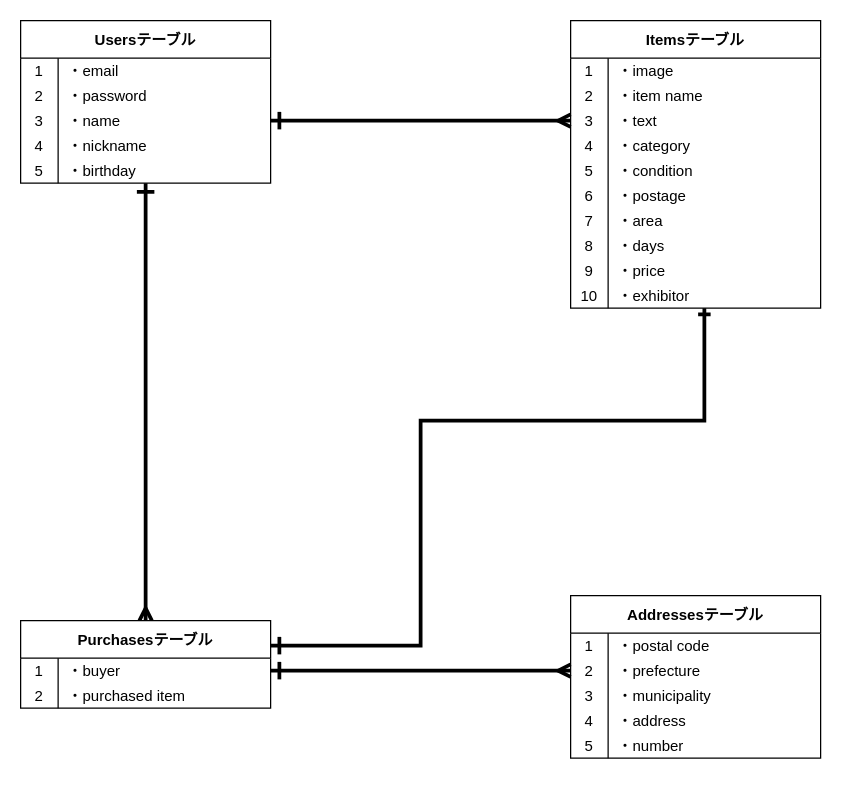
Earlier version of the draw.io diagram furima.dio (nokky-en298/furima-33538). Source tidied: cells renumbered, new cells numbered last; positions are measured from the earlier drawing's top-left corner, leaving out a move shared by most shapes. Both pictures are drawn from the tidied source at 125%, with x=0, y=0 at pixel (20, 20).
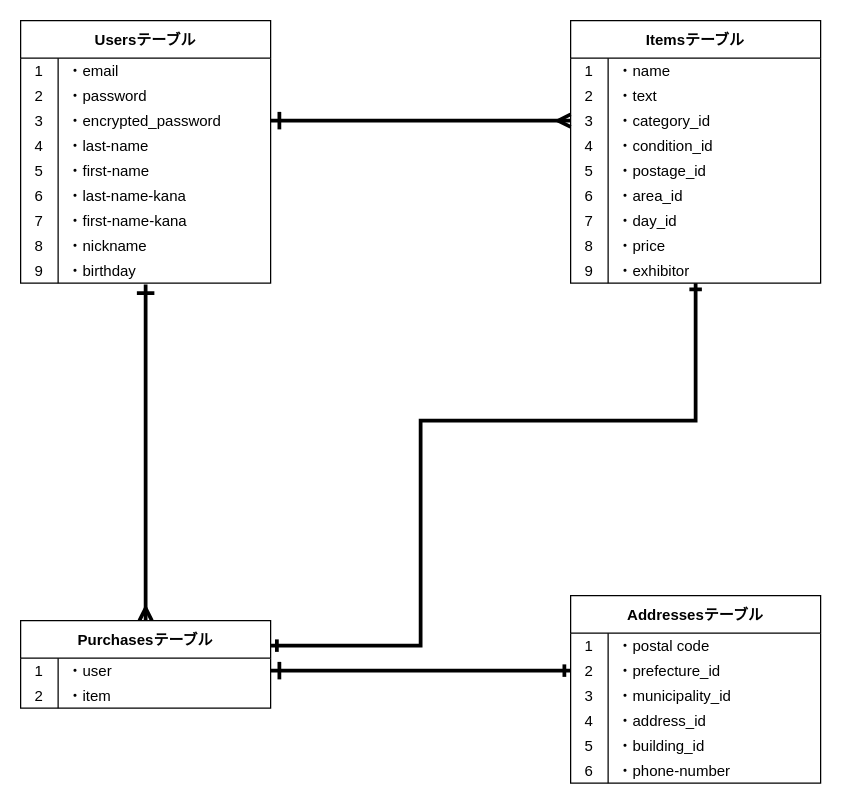
The same diagram, later.

Commit message (it also covers changes not shown here):
READMEとER図の修正

The change refers to these unchanged cells:
```xml
<mxCell id="3" style="shape=partialRectangle;fillColor=none;top=0;left=0;bottom=0;right=0;" parent="2" vertex="1">
  <mxGeometry y="30" width="200" height="20" as="geometry" />
</mxCell>
<mxCell id="6" style="shape=partialRectangle;fillColor=none;top=0;left=0;bottom=0;right=0;" parent="2" vertex="1">
  <mxGeometry y="50" width="200" height="20" as="geometry" />
</mxCell>
<mxCell id="9" style="shape=partialRectangle;fillColor=none;top=0;left=0;bottom=0;right=0;points=[[0,0.5],[1,0.5]];portConstraint=eastwest;" parent="2" vertex="1">
  <mxGeometry y="70" width="200" height="20" as="geometry" />
</mxCell>
<mxCell id="12" style="shape=partialRectangle;fillColor=none;top=0;left=0;bottom=0;right=0;" parent="2" vertex="1">
  <mxGeometry y="90" width="200" height="20" as="geometry" />
</mxCell>
<mxCell id="15" style="shape=partialRectangle;fillColor=none;top=0;left=0;bottom=0;right=0;" parent="2" vertex="1">
  <mxGeometry y="110" width="200" height="20" as="geometry" />
</mxCell>
<mxCell id="18" style="shape=partialRectangle;fillColor=none;top=0;left=0;bottom=0;right=0;" parent="2" vertex="1">
  <mxGeometry y="130" width="200" height="20" as="geometry" />
</mxCell>
<mxCell id="21" style="shape=partialRectangle;fillColor=none;top=0;left=0;bottom=0;right=0;" parent="2" vertex="1">
  <mxGeometry y="150" width="200" height="20" as="geometry" />
</mxCell>
<mxCell id="24" style="shape=partialRectangle;fillColor=none;top=0;left=0;bottom=0;right=0;" parent="2" vertex="1">
  <mxGeometry y="170" width="200" height="20" as="geometry" />
</mxCell>
<mxCell id="27" style="shape=partialRectangle;fillColor=none;top=0;left=0;bottom=0;right=0;points=[[0,0.5],[1,0.5]];portConstraint=eastwest;" parent="2" vertex="1">
  <mxGeometry y="190" width="200" height="20" as="geometry" />
</mxCell>
<mxCell id="41" style="shape=partialRectangle;fillColor=none;top=0;left=0;bottom=0;right=0;points=[[0,0.5],[1,0.5]];portConstraint=eastwest;" parent="34" vertex="1">
  <mxGeometry y="70" width="200" height="20" as="geometry" />
</mxCell>
<mxCell id="44" style="shape=partialRectangle;fillColor=none;top=0;left=0;bottom=0;right=0;" parent="34" vertex="1">
  <mxGeometry y="90" width="200" height="20" as="geometry" />
</mxCell>
<mxCell id="47" style="shape=partialRectangle;fillColor=none;top=0;left=0;bottom=0;right=0;" parent="34" vertex="1">
  <mxGeometry y="110" width="200" height="20" as="geometry" />
</mxCell>
<mxCell id="51" value="Purchasesテーブル" style="shape=table;startSize=30;childLayout=tableLayout;rowLines=0;fontStyle=1;align=center;" parent="1" vertex="1">
  <mxGeometry y="480" width="200" height="70" as="geometry" />
</mxCell>
<mxCell id="52" style="shape=partialRectangle;fillColor=none;top=0;left=0;bottom=0;right=0;points=[[0,0.5],[1,0.5]];portConstraint=eastwest;" parent="51" vertex="1">
  <mxGeometry y="30" width="200" height="20" as="geometry" />
</mxCell>
<mxCell id="55" style="shape=partialRectangle;fillColor=none;top=0;left=0;bottom=0;right=0;" parent="51" vertex="1">
  <mxGeometry y="50" width="200" height="20" as="geometry" />
</mxCell>
<mxCell id="62" style="shape=partialRectangle;fillColor=none;top=0;left=0;bottom=0;right=0;points=[[0,0.5],[1,0.5]];portConstraint=eastwest;" parent="58" vertex="1">
  <mxGeometry y="50" width="200" height="20" as="geometry" />
</mxCell>
<mxCell id="65" style="shape=partialRectangle;fillColor=none;top=0;left=0;bottom=0;right=0;" parent="58" vertex="1">
  <mxGeometry y="70" width="200" height="20" as="geometry" />
</mxCell>
<mxCell id="68" style="shape=partialRectangle;fillColor=none;top=0;left=0;bottom=0;right=0;" parent="58" vertex="1">
  <mxGeometry y="90" width="200" height="20" as="geometry" />
</mxCell>
<mxCell id="71" style="shape=partialRectangle;fillColor=none;top=0;left=0;bottom=0;right=0;" parent="58" vertex="1">
  <mxGeometry y="110" width="200" height="20" as="geometry" />
</mxCell>
```

Change to the diagram source:
```diff
@@
     <mxCell id="2" value="Itemsテーブル" style="shape=table;startSize=30;childLayout=tableLayout;rowLines=0;fontStyle=1;align=center;" parent="1" vertex="1">
-      <mxGeometry x="440" width="200" height="230" as="geometry" />
+      <mxGeometry x="440" width="200" height="210" as="geometry" />
     </mxCell>
@@
-    <mxCell id="5" value="・image" style="shape=partialRectangle;fillColor=none;top=0;left=0;bottom=0;right=0;align=left;spacingLeft=6;overflow=hidden;" parent="3" vertex="1">
+    <mxCell id="5" value="・name" style="shape=partialRectangle;fillColor=none;top=0;left=0;bottom=0;right=0;align=left;spacingLeft=6;overflow=hidden;" parent="3" vertex="1">
       <mxGeometry x="30" width="170" height="20" as="geometry" />
     </mxCell>
@@
-    <mxCell id="8" value="・item name" style="shape=partialRectangle;fillColor=none;top=0;left=0;bottom=0;right=0;align=left;spacingLeft=6;overflow=hidden;" parent="6" vertex="1">
+    <mxCell id="8" value="・text" style="shape=partialRectangle;fillColor=none;top=0;left=0;bottom=0;right=0;align=left;spacingLeft=6;overflow=hidden;" parent="6" vertex="1">
       <mxGeometry x="30" width="170" height="20" as="geometry" />
     </mxCell>
@@
-    <mxCell id="11" value="・text" style="shape=partialRectangle;fillColor=none;top=0;left=0;bottom=0;right=0;align=left;spacingLeft=6;overflow=hidden;" parent="9" vertex="1">
+    <mxCell id="11" value="・category_id" style="shape=partialRectangle;fillColor=none;top=0;left=0;bottom=0;right=0;align=left;spacingLeft=6;overflow=hidden;" parent="9" vertex="1">
       <mxGeometry x="30" width="170" height="20" as="geometry" />
     </mxCell>
@@
-    <mxCell id="14" value="・category" style="shape=partialRectangle;fillColor=none;top=0;left=0;bottom=0;right=0;align=left;spacingLeft=6;overflow=hidden;" parent="12" vertex="1">
+    <mxCell id="14" value="・condition_id" style="shape=partialRectangle;fillColor=none;top=0;left=0;bottom=0;right=0;align=left;spacingLeft=6;overflow=hidden;" parent="12" vertex="1">
       <mxGeometry x="30" width="170" height="20" as="geometry" />
     </mxCell>
@@
-    <mxCell id="17" value="・condition" style="shape=partialRectangle;fillColor=none;top=0;left=0;bottom=0;right=0;align=left;spacingLeft=6;overflow=hidden;" parent="15" vertex="1">
+    <mxCell id="17" value="・postage_id" style="shape=partialRectangle;fillColor=none;top=0;left=0;bottom=0;right=0;align=left;spacingLeft=6;overflow=hidden;" parent="15" vertex="1">
       <mxGeometry x="30" width="170" height="20" as="geometry" />
     </mxCell>
@@
-    <mxCell id="20" value="・postage" style="shape=partialRectangle;fillColor=none;top=0;left=0;bottom=0;right=0;align=left;spacingLeft=6;overflow=hidden;" parent="18" vertex="1">
+    <mxCell id="20" value="・area_id" style="shape=partialRectangle;fillColor=none;top=0;left=0;bottom=0;right=0;align=left;spacingLeft=6;overflow=hidden;" parent="18" vertex="1">
       <mxGeometry x="30" width="170" height="20" as="geometry" />
     </mxCell>
@@
-    <mxCell id="23" value="・area" style="shape=partialRectangle;fillColor=none;top=0;left=0;bottom=0;right=0;align=left;spacingLeft=6;overflow=hidden;" parent="21" vertex="1">
+    <mxCell id="23" value="・day_id" style="shape=partialRectangle;fillColor=none;top=0;left=0;bottom=0;right=0;align=left;spacingLeft=6;overflow=hidden;" parent="21" vertex="1">
       <mxGeometry x="30" width="170" height="20" as="geometry" />
     </mxCell>
@@
-    <mxCell id="26" value="・days" style="shape=partialRectangle;fillColor=none;top=0;left=0;bottom=0;right=0;align=left;spacingLeft=6;overflow=hidden;" parent="24" vertex="1">
+    <mxCell id="26" value="・price" style="shape=partialRectangle;fillColor=none;top=0;left=0;bottom=0;right=0;align=left;spacingLeft=6;overflow=hidden;" parent="24" vertex="1">
       <mxGeometry x="30" width="170" height="20" as="geometry" />
     </mxCell>
@@
-    <mxCell id="29" value="・price" style="shape=partialRectangle;fillColor=none;top=0;left=0;bottom=0;right=0;align=left;spacingLeft=6;overflow=hidden;" parent="27" vertex="1">
+    <mxCell id="29" value="・exhibitor" style="shape=partialRectangle;fillColor=none;top=0;left=0;bottom=0;right=0;align=left;spacingLeft=6;overflow=hidden;" parent="27" vertex="1">
       <mxGeometry x="30" width="170" height="20" as="geometry" />
     </mxCell>
-    <mxCell id="30" style="shape=partialRectangle;fillColor=none;top=0;left=0;bottom=0;right=0;" parent="2" vertex="1">
-      <mxGeometry y="210" width="200" height="20" as="geometry" />
-    </mxCell>
-    <mxCell id="31" value="10" style="shape=partialRectangle;fillColor=none;top=0;left=0;bottom=0;right=0;overflow=hidden;" parent="30" vertex="1">
-      <mxGeometry width="30" height="20" as="geometry" />
-    </mxCell>
-    <mxCell id="32" value="・exhibitor" style="shape=partialRectangle;fillColor=none;top=0;left=0;bottom=0;right=0;align=left;spacingLeft=6;overflow=hidden;" parent="30" vertex="1">
-      <mxGeometry x="30" width="170" height="20" as="geometry" />
-    </mxCell>
-    <mxCell id="33" style="edgeStyle=orthogonalEdgeStyle;rounded=0;jettySize=auto;html=1;entryX=0.5;entryY=0;entryDx=0;entryDy=0;startSize=10;endArrow=ERmany;endFill=0;strokeWidth=3;startArrow=ERone;startFill=0;" parent="1" edge="1" source="34" target="51">
+    <mxCell id="33" style="edgeStyle=orthogonalEdgeStyle;rounded=0;jettySize=auto;html=1;entryX=0.5;entryY=0;entryDx=0;entryDy=0;startSize=10;endArrow=ERmany;endFill=0;strokeWidth=3;startArrow=ERone;startFill=0;exitX=0.5;exitY=1.05;exitDx=0;exitDy=0;exitPerimeter=0;" parent="1" edge="1" source="85" target="51">
       <mxGeometry relative="1" as="geometry" />
     </mxCell>
     <mxCell id="34" value="Usersテーブル" style="shape=table;startSize=30;childLayout=tableLayout;rowLines=0;fontStyle=1;align=center;" parent="1" vertex="1">
-      <mxGeometry width="200" height="130" as="geometry" />
+      <mxGeometry width="200" height="210" as="geometry" />
     </mxCell>
@@
-    <mxCell id="43" value="・name" style="shape=partialRectangle;fillColor=none;top=0;left=0;bottom=0;right=0;align=left;spacingLeft=6;overflow=hidden;" parent="41" vertex="1">
+    <mxCell id="43" value="・encrypted_password" style="shape=partialRectangle;fillColor=none;top=0;left=0;bottom=0;right=0;align=left;spacingLeft=6;overflow=hidden;" parent="41" vertex="1">
       <mxGeometry x="30" width="170" height="20" as="geometry" />
     </mxCell>
@@
-    <mxCell id="46" value="・nickname" style="shape=partialRectangle;fillColor=none;top=0;left=0;bottom=0;right=0;align=left;spacingLeft=6;overflow=hidden;" parent="44" vertex="1">
+    <mxCell id="46" value="・last-name" style="shape=partialRectangle;fillColor=none;top=0;left=0;bottom=0;right=0;align=left;spacingLeft=6;overflow=hidden;" parent="44" vertex="1">
       <mxGeometry x="30" width="170" height="20" as="geometry" />
     </mxCell>
@@
-    <mxCell id="49" value="・birthday" style="shape=partialRectangle;fillColor=none;top=0;left=0;bottom=0;right=0;align=left;spacingLeft=6;overflow=hidden;" parent="47" vertex="1">
+    <mxCell id="49" value="・first-name" style="shape=partialRectangle;fillColor=none;top=0;left=0;bottom=0;right=0;align=left;spacingLeft=6;overflow=hidden;" parent="47" vertex="1">
       <mxGeometry x="30" width="170" height="20" as="geometry" />
     </mxCell>
-    <mxCell id="50" style="edgeStyle=orthogonalEdgeStyle;jettySize=auto;html=1;startArrow=ERone;startFill=0;startSize=10;endArrow=ERone;endFill=0;strokeWidth=3;rounded=0;" parent="1" edge="1" source="51">
-      <mxGeometry relative="1" as="geometry">
-        <mxPoint x="547" y="230" as="targetPoint" />
-        <Array as="points">
-          <mxPoint x="320" y="500" />
-          <mxPoint x="320" y="320" />
-          <mxPoint x="547" y="320" />
-        </Array>
-      </mxGeometry>
-    </mxCell>
+    <mxCell id="76" style="shape=partialRectangle;fillColor=none;top=0;left=0;bottom=0;right=0;" parent="34" vertex="1">
+      <mxGeometry y="130" width="200" height="20" as="geometry" />
+    </mxCell>
+    <mxCell id="77" value="6" style="shape=partialRectangle;fillColor=none;top=0;left=0;bottom=0;right=0;overflow=hidden;" parent="76" vertex="1">
+      <mxGeometry width="30" height="20" as="geometry" />
+    </mxCell>
+    <mxCell id="78" value="・last-name-kana" style="shape=partialRectangle;fillColor=none;top=0;left=0;bottom=0;right=0;align=left;spacingLeft=6;overflow=hidden;" parent="76" vertex="1">
+      <mxGeometry x="30" width="170" height="20" as="geometry" />
+    </mxCell>
+    <mxCell id="79" style="shape=partialRectangle;fillColor=none;top=0;left=0;bottom=0;right=0;" parent="34" vertex="1">
+      <mxGeometry y="150" width="200" height="20" as="geometry" />
+    </mxCell>
+    <mxCell id="80" value="7" style="shape=partialRectangle;fillColor=none;top=0;left=0;bottom=0;right=0;overflow=hidden;" parent="79" vertex="1">
+      <mxGeometry width="30" height="20" as="geometry" />
+    </mxCell>
+    <mxCell id="81" value="・first-name-kana" style="shape=partialRectangle;fillColor=none;top=0;left=0;bottom=0;right=0;align=left;spacingLeft=6;overflow=hidden;" parent="79" vertex="1">
+      <mxGeometry x="30" width="170" height="20" as="geometry" />
+    </mxCell>
+    <mxCell id="82" style="shape=partialRectangle;fillColor=none;top=0;left=0;bottom=0;right=0;" parent="34" vertex="1">
+      <mxGeometry y="170" width="200" height="20" as="geometry" />
+    </mxCell>
+    <mxCell id="83" value="8" style="shape=partialRectangle;fillColor=none;top=0;left=0;bottom=0;right=0;overflow=hidden;" parent="82" vertex="1">
+      <mxGeometry width="30" height="20" as="geometry" />
+    </mxCell>
+    <mxCell id="84" value="・nickname" style="shape=partialRectangle;fillColor=none;top=0;left=0;bottom=0;right=0;align=left;spacingLeft=6;overflow=hidden;" parent="82" vertex="1">
+      <mxGeometry x="30" width="170" height="20" as="geometry" />
+    </mxCell>
+    <mxCell id="85" style="shape=partialRectangle;fillColor=none;top=0;left=0;bottom=0;right=0;points=[[0,0.5],[1,0.5]];portConstraint=eastwest;" parent="34" vertex="1">
+      <mxGeometry y="190" width="200" height="20" as="geometry" />
+    </mxCell>
+    <mxCell id="86" value="9" style="shape=partialRectangle;fillColor=none;top=0;left=0;bottom=0;right=0;overflow=hidden;" parent="85" vertex="1">
+      <mxGeometry width="30" height="20" as="geometry" />
+    </mxCell>
+    <mxCell id="87" value="・birthday" style="shape=partialRectangle;fillColor=none;top=0;left=0;bottom=0;right=0;align=left;spacingLeft=6;overflow=hidden;" parent="85" vertex="1">
+      <mxGeometry x="30" width="170" height="20" as="geometry" />
+    </mxCell>
+    <mxCell id="88" style="edgeStyle=orthogonalEdgeStyle;rounded=0;jettySize=auto;html=1;endArrow=ERone;endFill=0;startArrow=ERone;startFill=0;strokeWidth=3;startSize=6;" parent="1" edge="1" source="51" target="27">
+      <mxGeometry relative="1" as="geometry">
+        <Array as="points">
+          <mxPoint x="320" y="500" />
+          <mxPoint x="320" y="320" />
+          <mxPoint x="540" y="320" />
+        </Array>
+      </mxGeometry>
+    </mxCell>
@@
-    <mxCell id="54" value="・buyer" style="shape=partialRectangle;fillColor=none;top=0;left=0;bottom=0;right=0;align=left;spacingLeft=6;overflow=hidden;" parent="52" vertex="1">
+    <mxCell id="54" value="・user" style="shape=partialRectangle;fillColor=none;top=0;left=0;bottom=0;right=0;align=left;spacingLeft=6;overflow=hidden;" parent="52" vertex="1">
       <mxGeometry x="30" width="170" height="20" as="geometry" />
     </mxCell>
@@
-    <mxCell id="57" value="・purchased item" style="shape=partialRectangle;fillColor=none;top=0;left=0;bottom=0;right=0;align=left;spacingLeft=6;overflow=hidden;" parent="55" vertex="1">
+    <mxCell id="57" value="・item" style="shape=partialRectangle;fillColor=none;top=0;left=0;bottom=0;right=0;align=left;spacingLeft=6;overflow=hidden;" parent="55" vertex="1">
       <mxGeometry x="30" width="170" height="20" as="geometry" />
     </mxCell>
     <mxCell id="58" value="Addressesテーブル" style="shape=table;startSize=30;childLayout=tableLayout;rowLines=0;fontStyle=1;align=center;" parent="1" vertex="1">
-      <mxGeometry x="440" y="460" width="200" height="130" as="geometry" />
+      <mxGeometry x="440" y="460" width="200" height="150" as="geometry" />
     </mxCell>
@@
-    <mxCell id="64" value="・prefecture" style="shape=partialRectangle;fillColor=none;top=0;left=0;bottom=0;right=0;align=left;spacingLeft=6;overflow=hidden;" parent="62" vertex="1">
+    <mxCell id="64" value="・prefecture_id" style="shape=partialRectangle;fillColor=none;top=0;left=0;bottom=0;right=0;align=left;spacingLeft=6;overflow=hidden;" parent="62" vertex="1">
       <mxGeometry x="30" width="170" height="20" as="geometry" />
     </mxCell>
@@
-    <mxCell id="67" value="・municipality" style="shape=partialRectangle;fillColor=none;top=0;left=0;bottom=0;right=0;align=left;spacingLeft=6;overflow=hidden;" parent="65" vertex="1">
+    <mxCell id="67" value="・municipality_id" style="shape=partialRectangle;fillColor=none;top=0;left=0;bottom=0;right=0;align=left;spacingLeft=6;overflow=hidden;" parent="65" vertex="1">
       <mxGeometry x="30" width="170" height="20" as="geometry" />
     </mxCell>
@@
-    <mxCell id="70" value="・address" style="shape=partialRectangle;fillColor=none;top=0;left=0;bottom=0;right=0;align=left;spacingLeft=6;overflow=hidden;" parent="68" vertex="1">
+    <mxCell id="70" value="・address_id" style="shape=partialRectangle;fillColor=none;top=0;left=0;bottom=0;right=0;align=left;spacingLeft=6;overflow=hidden;" parent="68" vertex="1">
       <mxGeometry x="30" width="170" height="20" as="geometry" />
     </mxCell>
@@
-    <mxCell id="73" value="・number" style="shape=partialRectangle;fillColor=none;top=0;left=0;bottom=0;right=0;align=left;spacingLeft=6;overflow=hidden;" parent="71" vertex="1">
+    <mxCell id="73" value="・building_id" style="shape=partialRectangle;fillColor=none;top=0;left=0;bottom=0;right=0;align=left;spacingLeft=6;overflow=hidden;" parent="71" vertex="1">
       <mxGeometry x="30" width="170" height="20" as="geometry" />
     </mxCell>
+    <mxCell id="89" style="shape=partialRectangle;fillColor=none;top=0;left=0;bottom=0;right=0;" parent="58" vertex="1">
+      <mxGeometry y="130" width="200" height="20" as="geometry" />
+    </mxCell>
+    <mxCell id="90" value="6" style="shape=partialRectangle;fillColor=none;top=0;left=0;bottom=0;right=0;overflow=hidden;" parent="89" vertex="1">
+      <mxGeometry width="30" height="20" as="geometry" />
+    </mxCell>
+    <mxCell id="91" value="・phone-number" style="shape=partialRectangle;fillColor=none;top=0;left=0;bottom=0;right=0;align=left;spacingLeft=6;overflow=hidden;" parent="89" vertex="1">
+      <mxGeometry x="30" width="170" height="20" as="geometry" />
+    </mxCell>
@@
-    <mxCell id="75" style="edgeStyle=orthogonalEdgeStyle;rounded=0;jettySize=auto;html=1;entryX=0;entryY=0.5;entryDx=0;entryDy=0;startArrow=ERone;startFill=0;startSize=10;endArrow=ERmany;endFill=0;strokeWidth=3;" parent="1" edge="1" source="52" target="62">
+    <mxCell id="75" style="edgeStyle=orthogonalEdgeStyle;rounded=0;jettySize=auto;html=1;entryX=0;entryY=0.5;entryDx=0;entryDy=0;startArrow=ERone;startFill=0;startSize=10;endArrow=ERone;endFill=0;strokeWidth=3;" parent="1" edge="1" source="52" target="62">
       <mxGeometry relative="1" as="geometry" />
     </mxCell>
```
